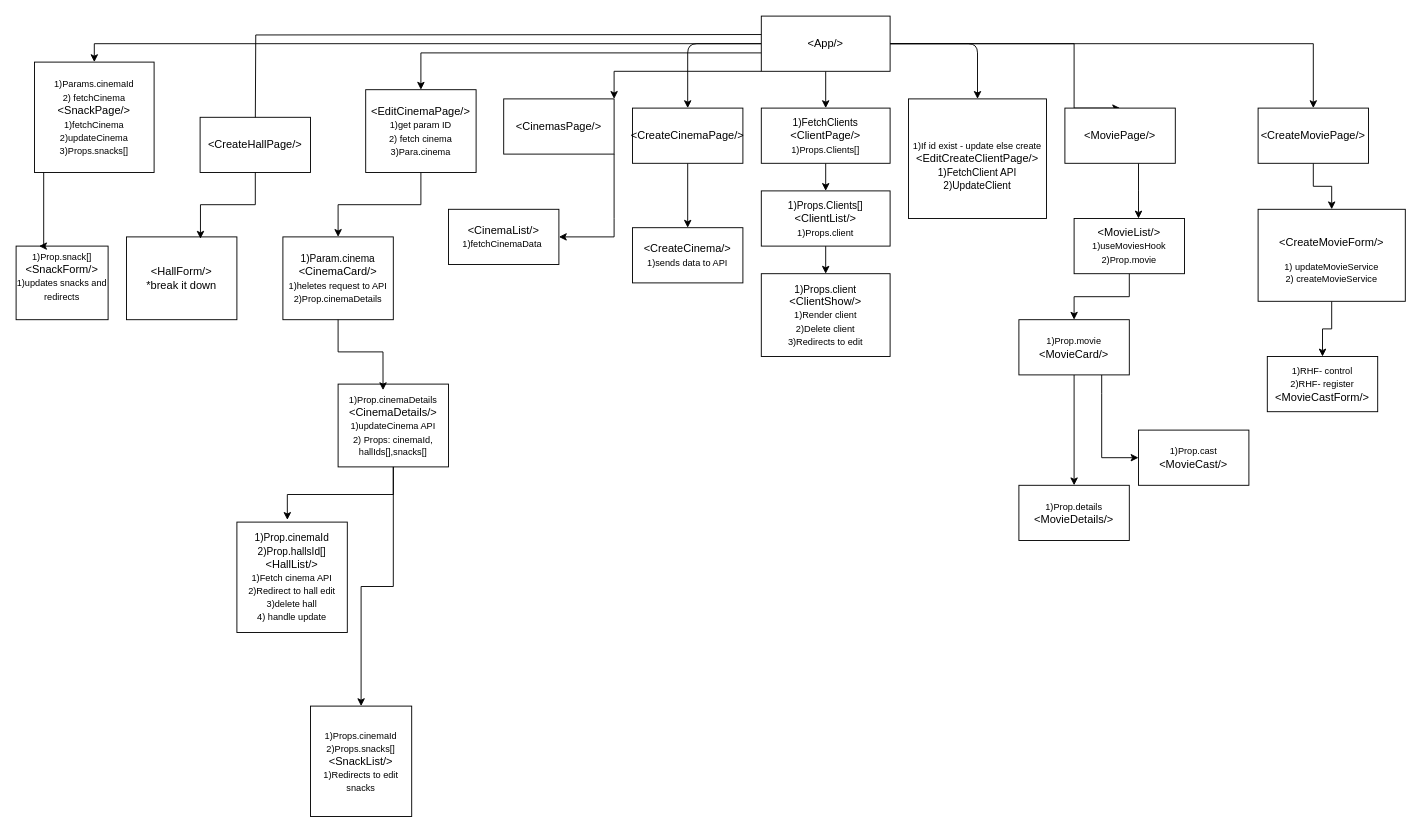
Above: admin-client/docs/diagrams/Fe-Admin.drawio in lubomirpamukov/CinemaManagmentApp (draw.io), before the change. Source tidied: cells renumbered, new cells numbered last; positions are measured from the earlier drawing's top-left corner, leaving out a move shared by most shapes. Both pictures are drawn from the tidied source at 92%, with x=0, y=0 at pixel (16, 16).
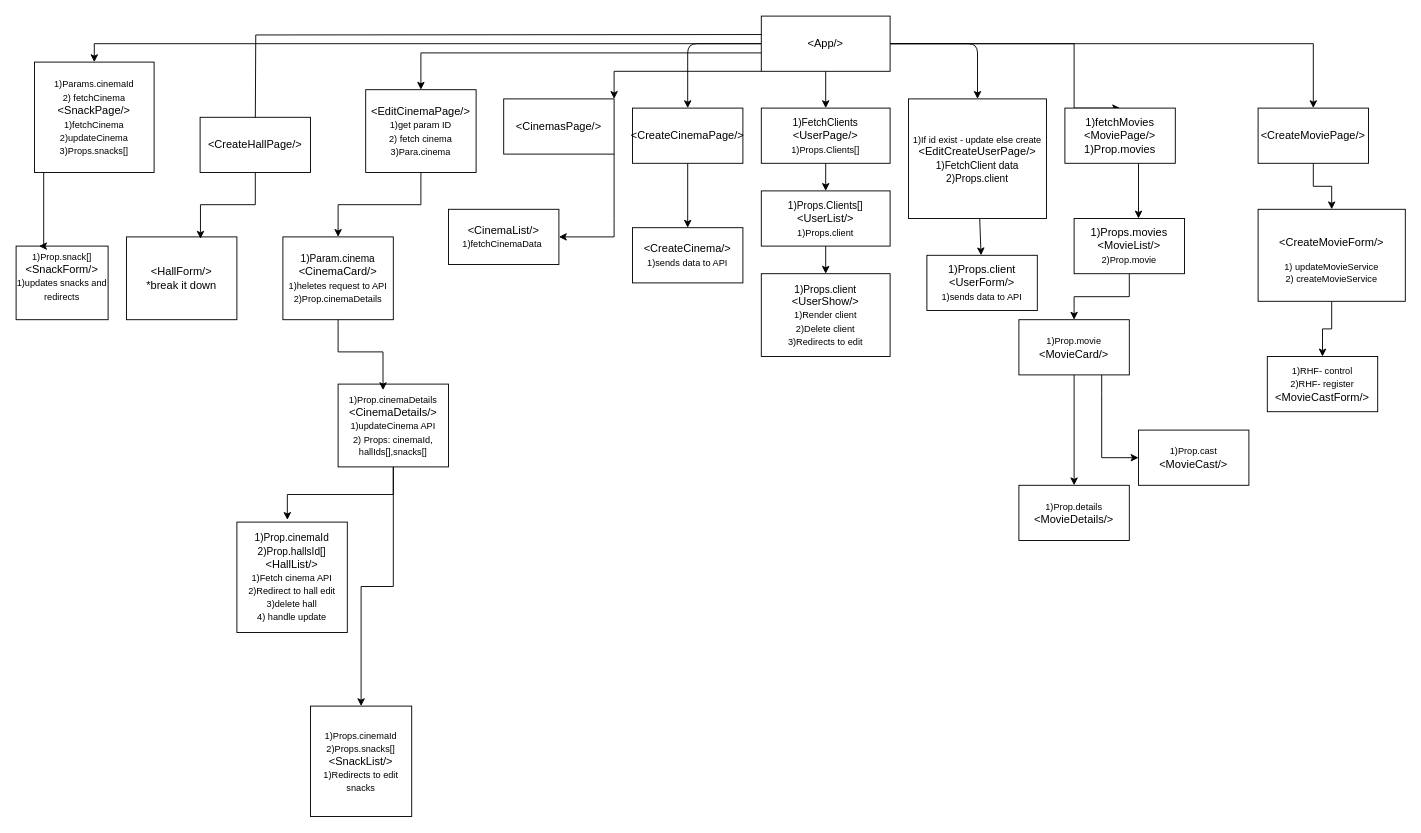
Above is the later version.

Commit message:
User feature added to diagram

The edit, as a diff of the source:
```diff
@@
-    <mxCell id="23" value="&amp;lt;MoviePage/&amp;gt;" style="rounded=0;whiteSpace=wrap;html=1;strokeColor=default;fontFamily=Helvetica;" parent="1" vertex="1">
+    <mxCell id="23" value="&lt;div&gt;1)fetchMovies&lt;/div&gt;&amp;lt;MoviePage/&amp;gt;&lt;div&gt;1)Prop.movies&lt;/div&gt;" style="rounded=0;whiteSpace=wrap;html=1;strokeColor=default;fontFamily=Helvetica;" parent="1" vertex="1">
       <mxGeometry x="1140" y="100" width="120" height="60" as="geometry" />
     </mxCell>
@@
-    <mxCell id="36" value="&amp;lt;MovieList/&amp;gt;&lt;div&gt;&lt;font size=&quot;1&quot;&gt;1)useMoviesHook&lt;/font&gt;&lt;/div&gt;&lt;div&gt;&lt;font size=&quot;1&quot;&gt;2)Prop.movie&lt;/font&gt;&lt;/div&gt;" style="rounded=0;whiteSpace=wrap;html=1;strokeColor=default;fontFamily=Helvetica;" parent="1" vertex="1">
+    <mxCell id="36" value="&lt;div&gt;1)Props.movies&lt;/div&gt;&amp;lt;MovieList/&amp;gt;&lt;div&gt;&lt;font size=&quot;1&quot;&gt;2)Prop.movie&lt;/font&gt;&lt;/div&gt;" style="rounded=0;whiteSpace=wrap;html=1;strokeColor=default;fontFamily=Helvetica;" parent="1" vertex="1">
       <mxGeometry x="1150" y="220" width="120" height="60" as="geometry" />
     </mxCell>
@@
-    <mxCell id="48" value="&lt;div&gt;&lt;font style=&quot;font-size: 11px;&quot;&gt;1)FetchClients&lt;/font&gt;&lt;/div&gt;&amp;lt;ClientPage/&amp;gt;&lt;div&gt;&lt;font size=&quot;1&quot;&gt;1)Props.Clients[]&lt;/font&gt;&lt;/div&gt;" style="rounded=0;whiteSpace=wrap;html=1;strokeColor=default;fontFamily=Helvetica;" parent="1" vertex="1">
+    <mxCell id="48" value="&lt;div&gt;&lt;font style=&quot;font-size: 11px;&quot;&gt;1)FetchClients&lt;/font&gt;&lt;/div&gt;&amp;lt;UserPage/&amp;gt;&lt;div&gt;&lt;font size=&quot;1&quot;&gt;1)Props.Clients[]&lt;/font&gt;&lt;/div&gt;" style="rounded=0;whiteSpace=wrap;html=1;strokeColor=default;fontFamily=Helvetica;" parent="1" vertex="1">
       <mxGeometry x="810" y="100" width="140" height="60" as="geometry" />
     </mxCell>
@@
-    <mxCell id="50" value="&lt;div&gt;&lt;font style=&quot;font-size: 11px;&quot;&gt;1)Props.Clients[]&lt;/font&gt;&lt;/div&gt;&amp;lt;ClientList/&amp;gt;&lt;div&gt;&lt;font size=&quot;1&quot;&gt;1)Props.client&lt;/font&gt;&lt;/div&gt;" style="rounded=0;whiteSpace=wrap;html=1;strokeColor=default;fontFamily=Helvetica;" parent="1" vertex="1">
+    <mxCell id="50" value="&lt;div&gt;&lt;font style=&quot;font-size: 11px;&quot;&gt;1)Props.Clients[]&lt;/font&gt;&lt;/div&gt;&amp;lt;UserList/&amp;gt;&lt;div&gt;&lt;font size=&quot;1&quot;&gt;1)Props.client&lt;/font&gt;&lt;/div&gt;" style="rounded=0;whiteSpace=wrap;html=1;strokeColor=default;fontFamily=Helvetica;" parent="1" vertex="1">
       <mxGeometry x="810" y="190" width="140" height="60" as="geometry" />
     </mxCell>
-    <mxCell id="51" value="&lt;div&gt;&lt;font style=&quot;font-size: 11px;&quot;&gt;1)Props.client&lt;/font&gt;&lt;/div&gt;&amp;lt;ClientShow/&amp;gt;&lt;div&gt;&lt;font size=&quot;1&quot;&gt;1)Render client&lt;/font&gt;&lt;/div&gt;&lt;div&gt;&lt;font size=&quot;1&quot;&gt;2)Delete client&lt;/font&gt;&lt;/div&gt;&lt;div&gt;&lt;font size=&quot;1&quot;&gt;3)Redirects to edit&lt;/font&gt;&lt;/div&gt;" style="rounded=0;whiteSpace=wrap;html=1;strokeColor=default;fontFamily=Helvetica;" parent="1" vertex="1">
+    <mxCell id="51" value="&lt;div&gt;&lt;font style=&quot;font-size: 11px;&quot;&gt;1)Props.client&lt;/font&gt;&lt;/div&gt;&amp;lt;UserShow/&amp;gt;&lt;div&gt;&lt;font size=&quot;1&quot;&gt;1)Render client&lt;/font&gt;&lt;/div&gt;&lt;div&gt;&lt;font size=&quot;1&quot;&gt;2)Delete client&lt;/font&gt;&lt;/div&gt;&lt;div&gt;&lt;font size=&quot;1&quot;&gt;3)Redirects to edit&lt;/font&gt;&lt;/div&gt;" style="rounded=0;whiteSpace=wrap;html=1;strokeColor=default;fontFamily=Helvetica;" parent="1" vertex="1">
       <mxGeometry x="810" y="280" width="140" height="90" as="geometry" />
     </mxCell>
+    <mxCell id="53" style="edgeStyle=none;html=1;" parent="1" edge="1" source="52" target="54">
+      <mxGeometry relative="1" as="geometry" />
+    </mxCell>
-    <mxCell id="52" value="&lt;div&gt;&lt;br&gt;&lt;/div&gt;&lt;div&gt;&lt;font size=&quot;1&quot;&gt;1)If id exist - update else create&lt;/font&gt;&lt;/div&gt;&amp;lt;EditCreateClientPage/&amp;gt;&lt;div&gt;&lt;font style=&quot;font-size: 11px;&quot;&gt;1)FetchClient API&lt;/font&gt;&lt;/div&gt;&lt;div&gt;&lt;font style=&quot;font-size: 11px;&quot;&gt;2)UpdateClient&lt;/font&gt;&lt;/div&gt;" style="rounded=0;whiteSpace=wrap;html=1;strokeColor=default;fontFamily=Helvetica;" parent="1" vertex="1">
+    <mxCell id="52" value="&lt;div&gt;&lt;br&gt;&lt;/div&gt;&lt;div&gt;&lt;font size=&quot;1&quot;&gt;1)If id exist - update else create&lt;/font&gt;&lt;/div&gt;&amp;lt;EditCreateUserPage/&amp;gt;&lt;div&gt;&lt;font style=&quot;font-size: 11px;&quot;&gt;1)FetchClient data&lt;/font&gt;&lt;/div&gt;&lt;div&gt;&lt;font style=&quot;font-size: 11px;&quot;&gt;2)Props.client&lt;/font&gt;&lt;/div&gt;&lt;div&gt;&lt;br&gt;&lt;/div&gt;" style="rounded=0;whiteSpace=wrap;html=1;strokeColor=default;fontFamily=Helvetica;" parent="1" vertex="1">
       <mxGeometry x="970" y="90" width="150" height="130" as="geometry" />
     </mxCell>
+    <mxCell id="54" value="&lt;div&gt;1)Props.client&lt;/div&gt;&amp;lt;UserForm/&amp;gt;&lt;div&gt;&lt;font size=&quot;1&quot;&gt;1)sends data to API&lt;/font&gt;&lt;/div&gt;" style="rounded=0;whiteSpace=wrap;html=1;strokeColor=default;fontFamily=Helvetica;" parent="1" vertex="1">
+      <mxGeometry x="990" y="260" width="120" height="60" as="geometry" />
+    </mxCell>
```
